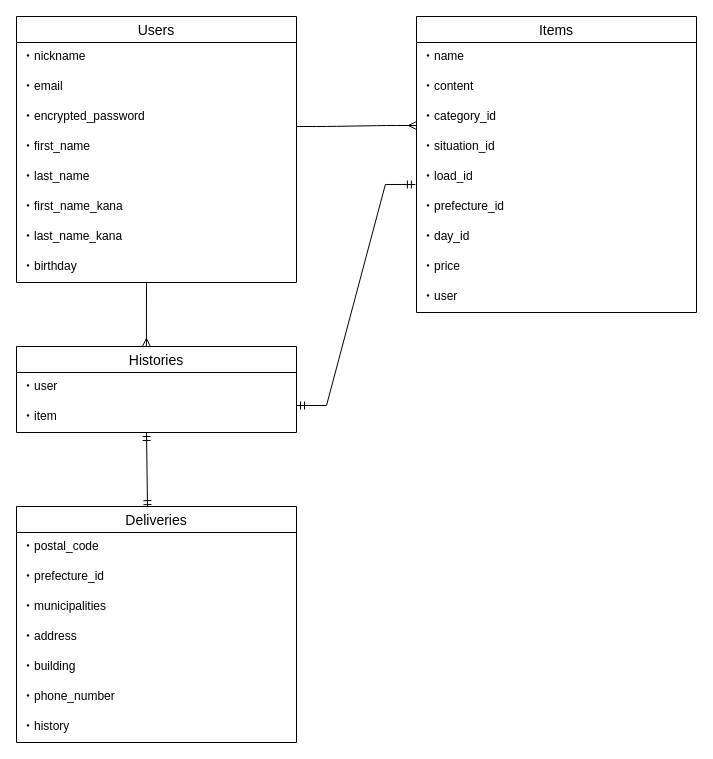
do07tk/furima-39076 keeps this draw.io diagram as furima.dio. Above is the earlier version. Source tidied: cells renumbered, new cells numbered last; positions are measured from the earlier drawing's top-left corner, leaving out a move shared by most shapes. Both pictures are drawn from the tidied source at 100%, with x=0, y=0 at pixel (16, 16).
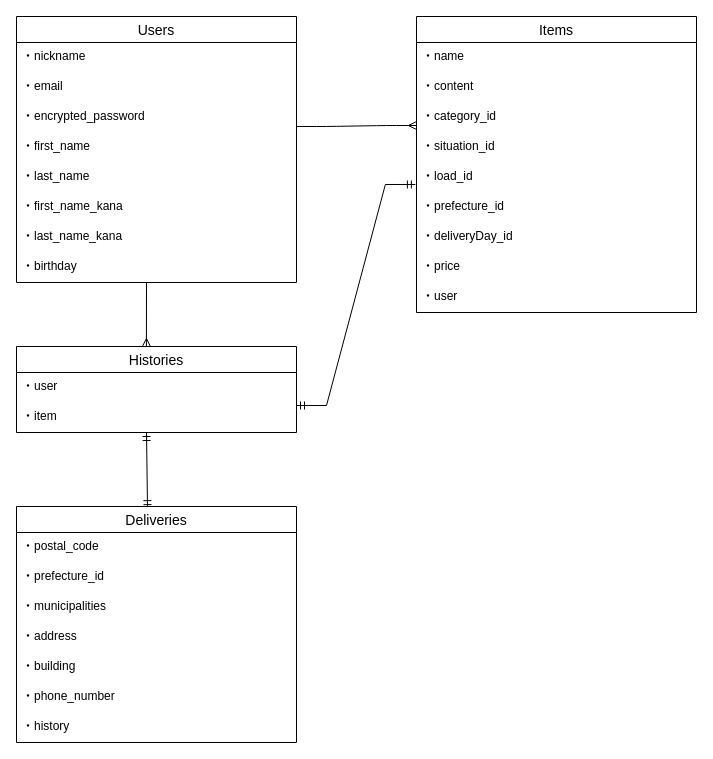
The same page after the edit.

Commit message (it also covers changes not shown here):
README修正、Assosiation追記４

The change refers to these unchanged cells:
```xml
<mxCell id="11" value="Items" style="swimlane;fontStyle=0;horizontal=1;startSize=26;align=center;fontSize=14;" parent="1" vertex="1">
  <mxGeometry x="400" width="280" height="296" as="geometry" />
</mxCell>
```

The edit, as a diff of the source:
```diff
@@
-    <mxCell id="18" value="・day_id" style="text;strokeColor=none;fillColor=none;spacingLeft=4;spacingRight=4;overflow=hidden;fontSize=12;" parent="11" vertex="1">
+    <mxCell id="18" value="・deliveryDay_id" style="text;strokeColor=none;fillColor=none;spacingLeft=4;spacingRight=4;overflow=hidden;fontSize=12;" parent="11" vertex="1">
       <mxGeometry y="206" width="280" height="30" as="geometry" />
     </mxCell>
```
